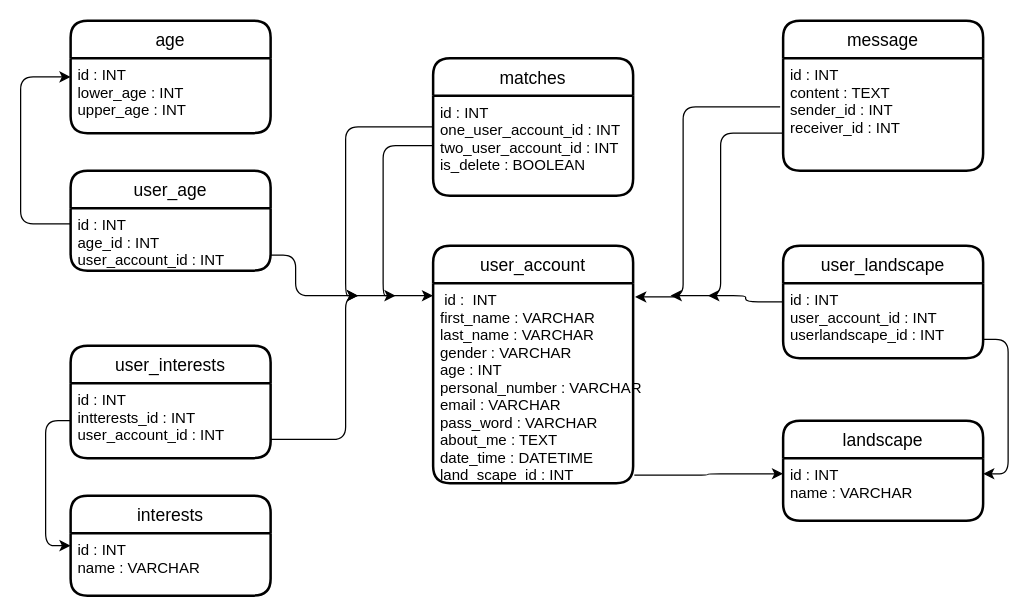
The draw.io diagram UI/diagram.drawio in Ellik90/2gether2.0, before the edit. Source tidied: cells renumbered, new cells numbered last; positions are measured from the earlier drawing's top-left corner, leaving out a move shared by most shapes. Both pictures are drawn from the tidied source at 125%, with x=0, y=0 at pixel (20, 20).
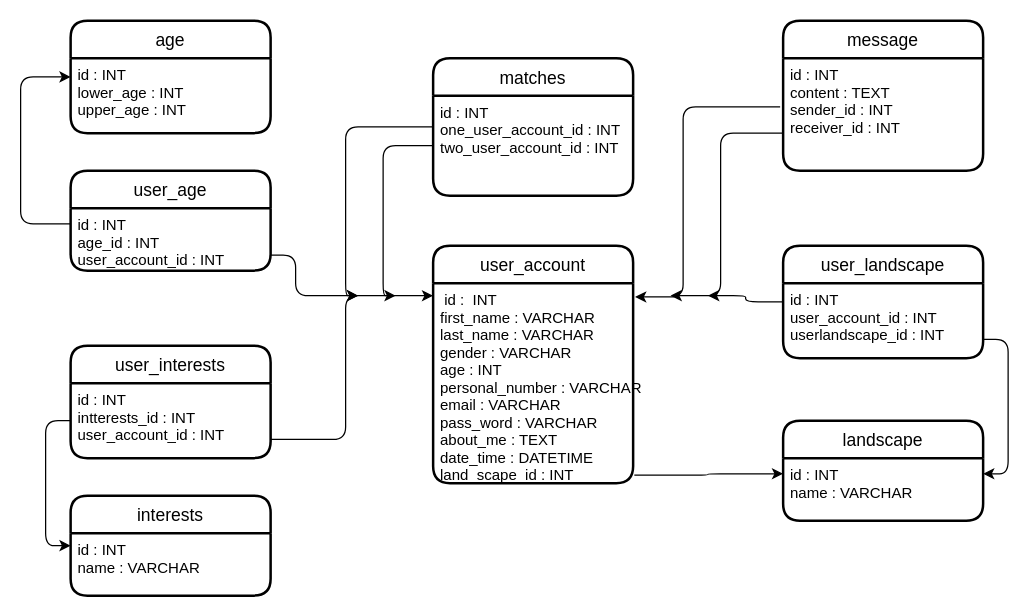
After the change.

Unchanged cells that the change refers to:
```xml
<mxCell id="2" value="matches" style="swimlane;horizontal=1;startSize=30;rounded=1;fontSize=14;fontStyle=0;strokeWidth=2;shadow=0;dashed=0;align=center;" parent="1" vertex="1">
  <mxGeometry x="330" y="30" width="160" height="110" as="geometry" />
</mxCell>
```

The edit, as a diff of the source:
```diff
@@
-    <mxCell id="3" value="id : INT&#10;one_user_account_id : INT&#10;two_user_account_id : INT&#10;is_delete : BOOLEAN" style="align=left;strokeColor=none;fillColor=none;spacingLeft=4;fontSize=12;verticalAlign=top;" parent="2" vertex="1">
+    <mxCell id="3" value="id : INT&#10;one_user_account_id : INT&#10;two_user_account_id : INT&#10;" style="align=left;strokeColor=none;fillColor=none;spacingLeft=4;fontSize=12;verticalAlign=top;" parent="2" vertex="1">
       <mxGeometry y="30" width="160" height="80" as="geometry" />
     </mxCell>
```
